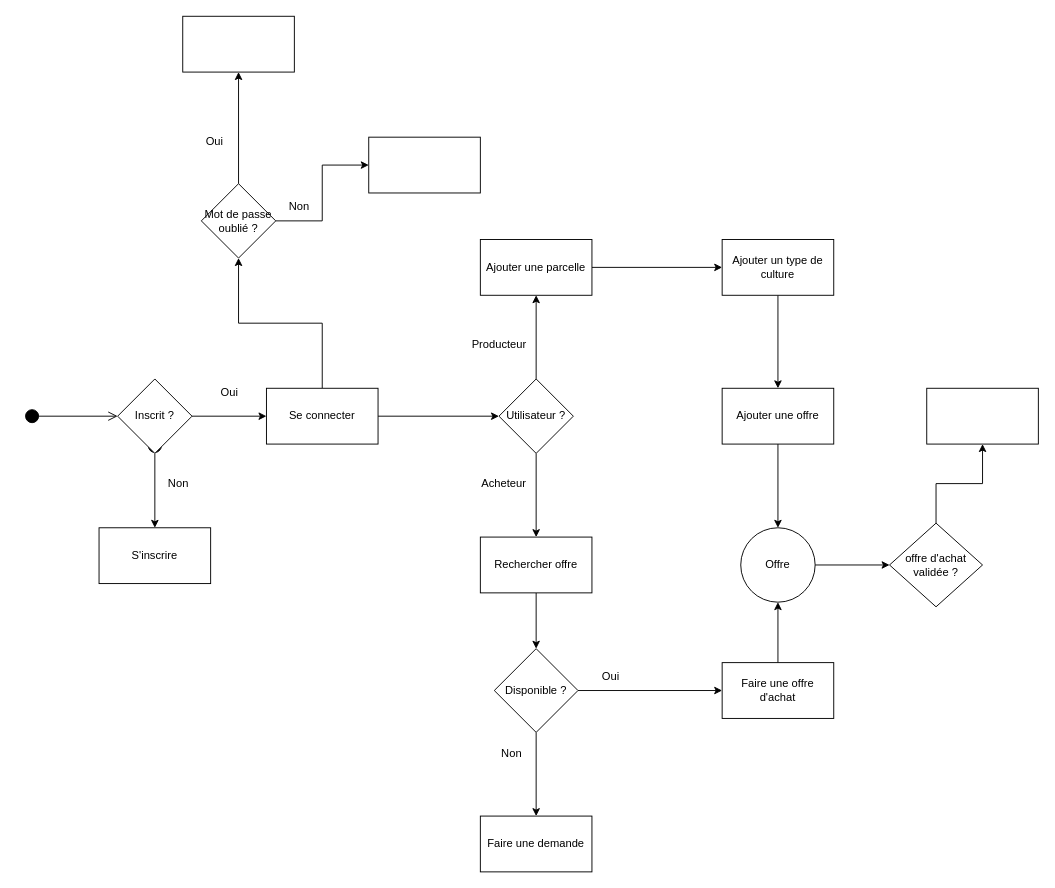
Alicheick225/Alicheick225 keeps this draw.io diagram as Parcours_utilisateur.drawio. Above is the earlier version. Source tidied: cells renumbered, new cells numbered last; positions are measured from the earlier drawing's top-left corner, leaving out a move shared by most shapes. Both pictures are drawn from the tidied source at 93%, with x=0, y=0 at pixel (24, 16).
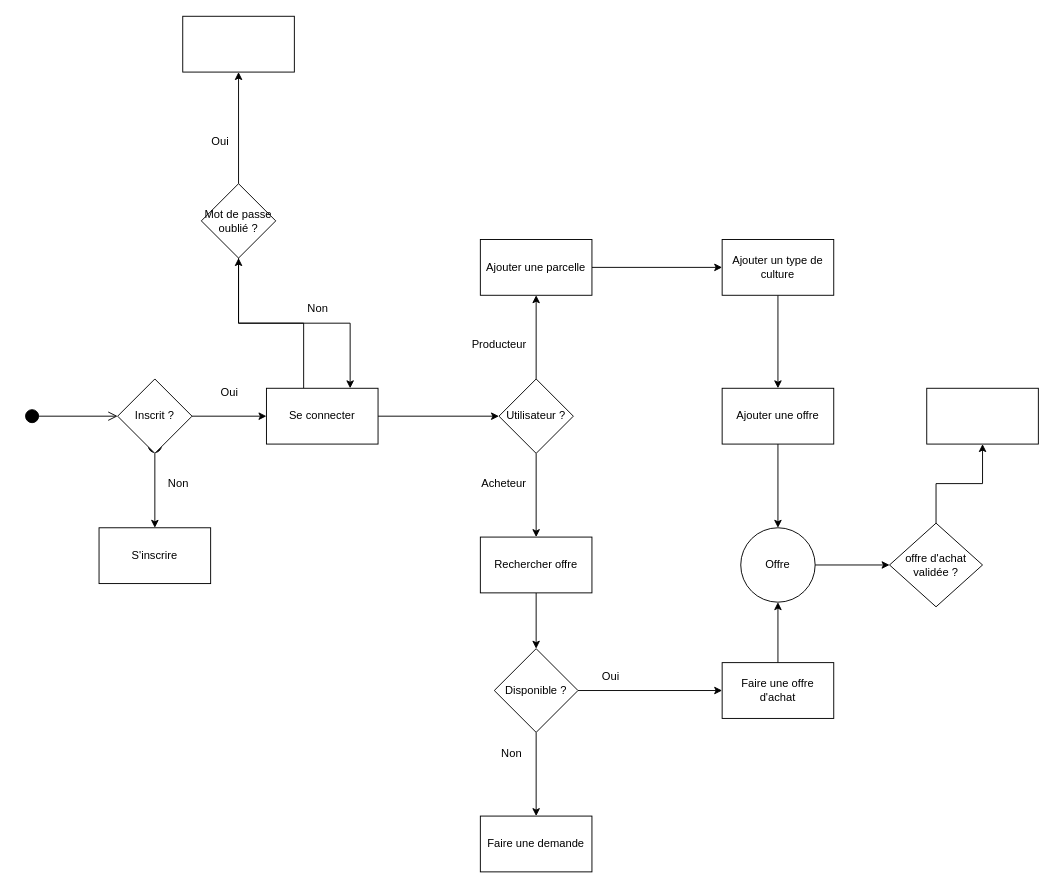
The same diagram, later.

Commit message:
Mettre à jour Parcours_utilisateur.drawio

Unchanged cells that the change refers to:
```xml
<mxCell id="8" value="Se connecter" style="whiteSpace=wrap;html=1;" parent="1" vertex="1">
  <mxGeometry x="260" y="400" width="120" height="60" as="geometry" />
</mxCell>
<mxCell id="39" value="Mot de passe oublié ?" style="rhombus;whiteSpace=wrap;html=1;" parent="1" vertex="1">
  <mxGeometry x="190" y="180" width="80" height="80" as="geometry" />
</mxCell>
```

Diff of the diagram source:
```diff
@@
     <mxCell id="7" style="edgeStyle=orthogonalEdgeStyle;rounded=0;jettySize=auto;html=1;" parent="1" edge="1" source="8" target="39">
-      <mxGeometry relative="1" as="geometry" />
+      <mxGeometry relative="1" as="geometry">
+        <Array as="points">
+          <mxPoint x="300" y="330" />
+          <mxPoint x="230" y="330" />
+        </Array>
+      </mxGeometry>
     </mxCell>
@@
-    <mxCell id="38" style="edgeStyle=orthogonalEdgeStyle;rounded=0;jettySize=auto;html=1;" parent="1" edge="1" source="39" target="42">
+    <mxCell id="38" style="edgeStyle=orthogonalEdgeStyle;rounded=0;jettySize=auto;html=1;entryX=0.75;entryY=0;entryDx=0;entryDy=0;" parent="1" edge="1" source="39" target="8">
       <mxGeometry relative="1" as="geometry" />
     </mxCell>
@@
     <mxCell id="41" value="Oui" style="text;html=1;align=center;verticalAlign=middle;strokeColor=none;fillColor=none;" parent="1" vertex="1">
-      <mxGeometry x="184" y="120" width="40" height="30" as="geometry" />
+      <mxGeometry x="190" y="120" width="40" height="30" as="geometry" />
     </mxCell>
-    <mxCell id="42" style="whiteSpace=wrap;html=1;" parent="1" vertex="1">
-      <mxGeometry x="370" y="130" width="120" height="60" as="geometry" />
-    </mxCell>
     <mxCell id="43" value="Non" style="text;html=1;align=center;verticalAlign=middle;strokeColor=none;fillColor=none;" parent="1" vertex="1">
-      <mxGeometry x="270" y="190" width="50" height="30" as="geometry" />
+      <mxGeometry x="290" y="300" width="50" height="30" as="geometry" />
     </mxCell>
```
